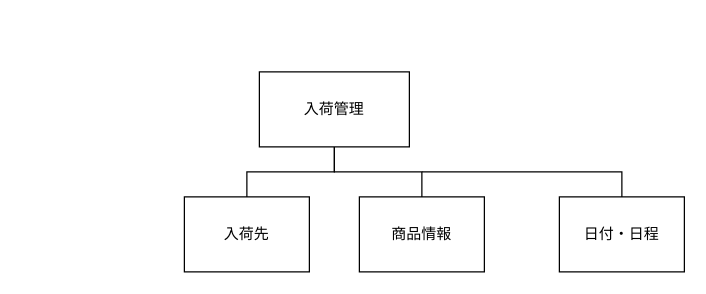
Earlier version of the draw.io diagram サブシステム構造図/入荷管理.drawio (Yamanin3/system-devel). Source tidied: cells renumbered, new cells numbered last; positions are measured from the earlier drawing's top-left corner, leaving out a move shared by most shapes. Both pictures are drawn from the tidied source at 125%, with x=0, y=0 at pixel (184, 71).
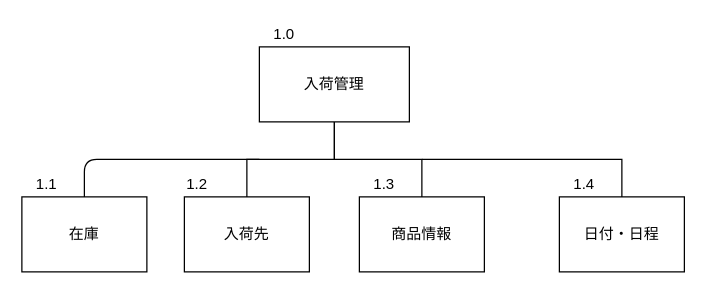
The same page after the edit.

Unchanged cells that the change refers to:
```xml
<mxCell id="3" value="商品情報" style="whiteSpace=wrap;html=1;align=center;verticalAlign=middle;" parent="1" vertex="1">
  <mxGeometry x="140" y="100" width="100" height="60" as="geometry" />
</mxCell>
<mxCell id="7" value="日付・日程" style="whiteSpace=wrap;html=1;align=center;verticalAlign=middle;" parent="1" vertex="1">
  <mxGeometry x="300" y="100" width="100" height="60" as="geometry" />
</mxCell>
```

Diff of the diagram source:
```diff
@@
     <mxCell id="2" value="入荷管理" style="whiteSpace=wrap;html=1;align=center;" parent="1" vertex="1">
-      <mxGeometry x="60" width="120" height="60" as="geometry" />
+      <mxGeometry x="60" y="-20" width="120" height="60" as="geometry" />
     </mxCell>
@@
-    <mxCell id="4" style="edgeStyle=elbowEdgeStyle;elbow=vertical;startArrow=none;endArrow=none;rounded=0;" parent="1" edge="1" target="3">
-      <mxGeometry relative="1" as="geometry">
-        <mxPoint x="120" y="60" as="sourcePoint" />
-      </mxGeometry>
-    </mxCell>
+    <mxCell id="9" style="edgeStyle=elbowEdgeStyle;elbow=vertical;startArrow=none;endArrow=none;rounded=0;" parent="1" edge="1" target="3">
+      <mxGeometry relative="1" as="geometry">
+        <mxPoint x="120" y="40" as="sourcePoint" />
+      </mxGeometry>
+    </mxCell>
@@
-    <mxCell id="8" style="edgeStyle=elbowEdgeStyle;elbow=vertical;startArrow=none;endArrow=none;rounded=0;" parent="1" edge="1" target="7">
-      <mxGeometry relative="1" as="geometry">
-        <mxPoint x="190" y="80" as="sourcePoint" />
-        <Array as="points">
-          <mxPoint x="270" y="80" />
-        </Array>
-      </mxGeometry>
-    </mxCell>
+    <mxCell id="10" style="edgeStyle=elbowEdgeStyle;elbow=vertical;startArrow=none;endArrow=none;rounded=0;" parent="1" edge="1" target="7">
+      <mxGeometry relative="1" as="geometry">
+        <mxPoint x="190" y="70" as="sourcePoint" />
+        <Array as="points">
+          <mxPoint x="220" y="70" />
+          <mxPoint x="270" y="60" />
+        </Array>
+      </mxGeometry>
+    </mxCell>
+    <mxCell id="11" value="1.0" style="text;html=1;strokeColor=none;fillColor=none;align=center;verticalAlign=middle;whiteSpace=wrap;rounded=0;" parent="1" vertex="1">
+      <mxGeometry x="60" y="-40" width="40" height="20" as="geometry" />
+    </mxCell>
+    <mxCell id="12" value="在庫" style="whiteSpace=wrap;html=1;align=center;verticalAlign=middle;" parent="1" vertex="1">
+      <mxGeometry x="-130" y="100" width="100" height="60" as="geometry" />
+    </mxCell>
+    <mxCell id="13" value="1.1" style="text;html=1;strokeColor=none;fillColor=none;align=center;verticalAlign=middle;whiteSpace=wrap;rounded=0;" parent="1" vertex="1">
+      <mxGeometry x="-130" y="80" width="40" height="20" as="geometry" />
+    </mxCell>
+    <mxCell id="14" value="1.4" style="text;html=1;strokeColor=none;fillColor=none;align=center;verticalAlign=middle;whiteSpace=wrap;rounded=0;" parent="1" vertex="1">
+      <mxGeometry x="300" y="80" width="40" height="20" as="geometry" />
+    </mxCell>
+    <mxCell id="15" value="1.3" style="text;html=1;strokeColor=none;fillColor=none;align=center;verticalAlign=middle;whiteSpace=wrap;rounded=0;" parent="1" vertex="1">
+      <mxGeometry x="140" y="80" width="40" height="20" as="geometry" />
+    </mxCell>
+    <mxCell id="16" value="1.2" style="text;html=1;align=left;verticalAlign=top;spacingTop=-4;direction=east;rotation=0;" parent="1" vertex="1">
+      <mxGeometry y="80" width="30" height="20" as="geometry" />
+    </mxCell>
+    <mxCell id="17" style="endArrow=none;html=1;exitX=0.5;exitY=0;exitDx=0;exitDy=0;" parent="1" edge="1" source="12">
+      <mxGeometry relative="1" as="geometry">
+        <mxPoint x="60" y="70" as="targetPoint" />
+        <Array as="points">
+          <mxPoint x="-80" y="70" />
+        </Array>
+      </mxGeometry>
+    </mxCell>
```
